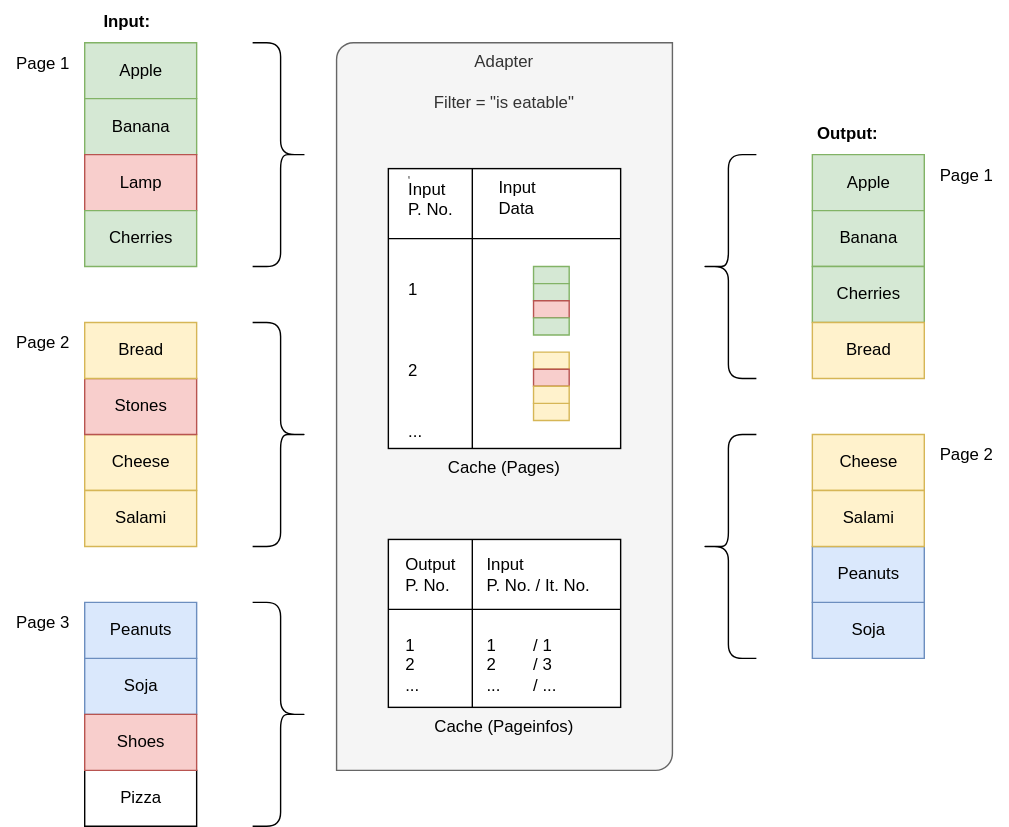
Before: images/PagingWithFilterAndCache.svg, a diagram exported from draw.io (cwahlmann/searchadapter). Source tidied: cells renumbered, new cells last; positions are measured from the earlier drawing's top-left corner, leaving out a move shared by most shapes.
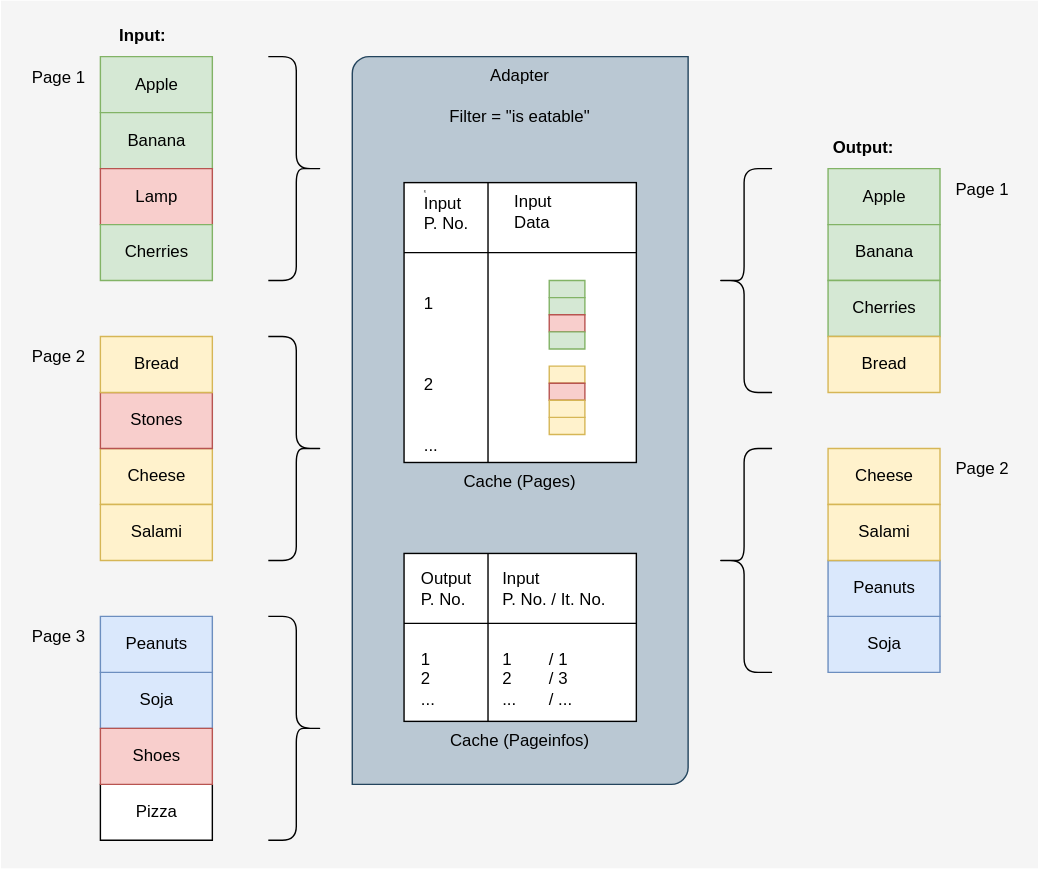
After the change.

The edit, as a diff of the source:
```diff
@@ -2,6 +2,9 @@
   <root>
     <mxCell id="0" />
     <mxCell id="1" parent="0" />
+    <mxCell id="52" style="rounded=0;whiteSpace=wrap;html=1;fillColor=#f5f5f5;strokeColor=none;fontColor=#333333;" parent="1" vertex="1">
+      <mxGeometry x="-11" y="-10" width="741" height="620" as="geometry" />
+    </mxCell>
     <mxCell id="2" value="Page 1" style="text;html=1;align=center;verticalAlign=middle;strokeColor=none;fillColor=none;" parent="1" vertex="1">
       <mxGeometry y="30" width="60" height="30" as="geometry" />
     </mxCell>
@@ -11,7 +14,7 @@
     <mxCell id="4" value="Page 1" style="text;html=1;align=center;verticalAlign=middle;strokeColor=none;fillColor=none;" parent="1" vertex="1">
       <mxGeometry x="660" y="110" width="60" height="30" as="geometry" />
     </mxCell>
-    <mxCell id="5" value="Adapter&lt;br&gt;&lt;br&gt;Filter = &quot;is eatable&quot;" style="verticalLabelPosition=middle;verticalAlign=top;html=1;shape=mxgraph.basic.diag_round_rect;dx=6;whiteSpace=wrap;labelPosition=center;align=center;fillColor=#f5f5f5;fontColor=#333333;strokeColor=#666666;" parent="1" vertex="1">
+    <mxCell id="5" value="Adapter&lt;br&gt;&lt;br&gt;Filter = &quot;is eatable&quot;" style="verticalLabelPosition=middle;verticalAlign=top;html=1;shape=mxgraph.basic.diag_round_rect;dx=6;whiteSpace=wrap;labelPosition=center;align=center;fillColor=#bac8d3;strokeColor=#23445d;" parent="1" vertex="1">
       <mxGeometry x="240" y="30" width="240" height="520" as="geometry" />
     </mxCell>
     <mxCell id="6" style="shape=curlyBracket;whiteSpace=wrap;html=1;rounded=1;flipH=1;labelPosition=right;verticalLabelPosition=middle;align=left;verticalAlign=middle;" parent="1" vertex="1">
```
